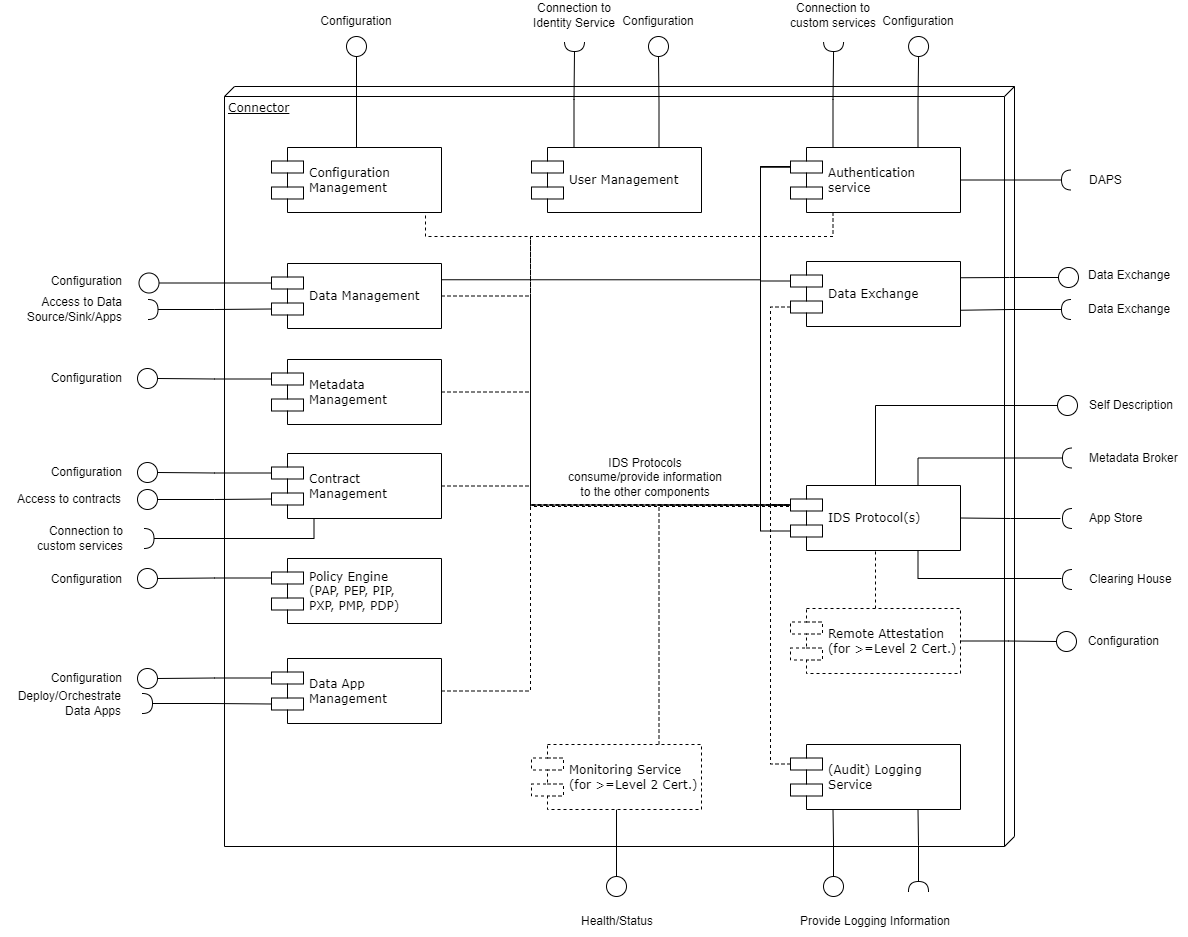
International-Data-Spaces-Association/IDS-RAM_4_0 keeps this draw.io diagram as documentation/3_Layers_of_the_Reference_Architecture_Model/3_5_System_Layer/media/connector_functional_view.png. Above is the earlier version. Source tidied: cells renumbered, new cells last; positions are measured from the earlier drawing's top-left corner, leaving out a move shared by most shapes.
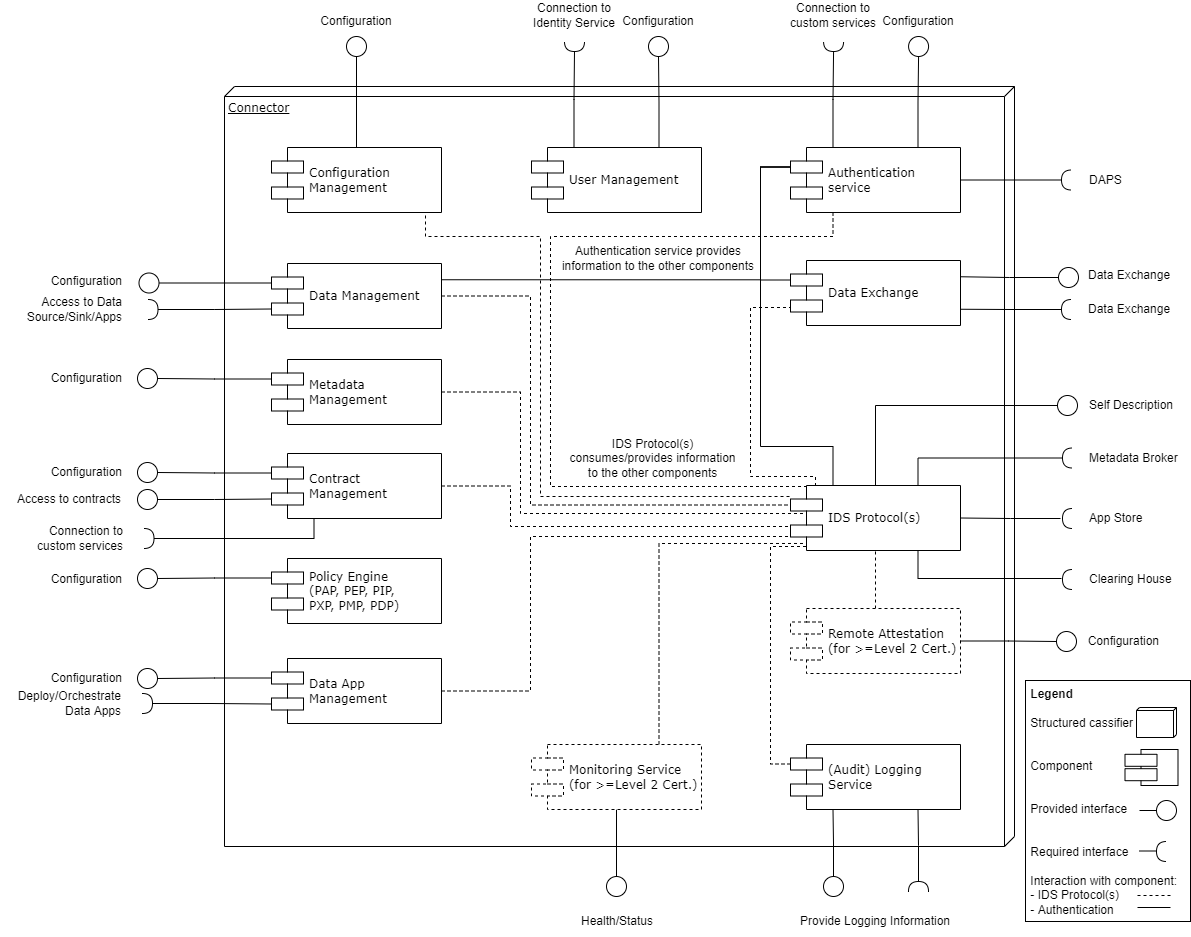
The same diagram one commit later.

What changed in the source:
```diff
@@ -28,8 +28,12 @@
     <mxCell id="8" value="User Management" style="shape=component;align=left;spacingLeft=36;rounded=0;shadow=0;comic=0;labelBackgroundColor=none;strokeWidth=1;fontFamily=Verdana;fontSize=12;html=1;" parent="1" vertex="1">
       <mxGeometry x="531" y="147" width="170" height="65" as="geometry" />
     </mxCell>
-    <mxCell id="9" style="edgeStyle=orthogonalEdgeStyle;rounded=0;jettySize=auto;html=1;exitX=0.75;exitY=0;exitDx=0;exitDy=0;entryX=0;entryY=0.3;entryDx=0;entryDy=0;endArrow=none;endFill=0;fillColor=#f8cecc;strokeColor=#000000;dashed=1;" parent="1" edge="1" source="11" target="31">
-      <mxGeometry relative="1" as="geometry" />
+    <mxCell id="9" style="edgeStyle=orthogonalEdgeStyle;rounded=0;jettySize=auto;html=1;exitX=0.75;exitY=0;exitDx=0;exitDy=0;entryX=0.094;entryY=0.892;entryDx=0;entryDy=0;endArrow=none;endFill=0;fillColor=#f8cecc;strokeColor=#000000;dashed=1;entryPerimeter=0;" parent="1" edge="1" source="11" target="31">
+      <mxGeometry relative="1" as="geometry">
+        <Array as="points">
+          <mxPoint x="659" y="543" />
+        </Array>
+      </mxGeometry>
     </mxCell>
     <mxCell id="10" style="edgeStyle=orthogonalEdgeStyle;rounded=0;jettySize=auto;html=1;exitX=0.5;exitY=1;exitDx=0;exitDy=0;entryX=0.5;entryY=0;entryDx=0;entryDy=0;endArrow=none;endFill=0;" parent="1" edge="1" source="11" target="58">
       <mxGeometry relative="1" as="geometry" />
@@ -37,11 +41,12 @@
     <mxCell id="11" value="Monitoring Service&lt;br&gt;(for &amp;gt;=Level 2 Cert.)" style="shape=component;align=left;spacingLeft=36;rounded=0;shadow=0;comic=0;labelBackgroundColor=none;strokeWidth=1;fontFamily=Verdana;fontSize=12;html=1;dashed=1;" parent="1" vertex="1">
       <mxGeometry x="531" y="744" width="170" height="65" as="geometry" />
     </mxCell>
-    <mxCell id="12" style="edgeStyle=orthogonalEdgeStyle;rounded=0;jettySize=auto;html=1;exitX=0;exitY=0.3;exitDx=0;exitDy=0;entryX=0;entryY=0.3;entryDx=0;entryDy=0;endArrow=none;endFill=0;fillColor=#f8cecc;strokeColor=#000000;dashed=1;" parent="1" edge="1" source="13" target="31">
+    <mxCell id="12" style="edgeStyle=orthogonalEdgeStyle;rounded=0;jettySize=auto;html=1;exitX=0;exitY=0.3;exitDx=0;exitDy=0;endArrow=none;endFill=0;fillColor=#f8cecc;strokeColor=#000000;dashed=1;entryX=0.129;entryY=1;entryDx=0;entryDy=0;entryPerimeter=0;" parent="1" edge="1" source="13" target="31">
       <mxGeometry relative="1" as="geometry">
         <Array as="points">
           <mxPoint x="770" y="764" />
-          <mxPoint x="770" y="505" />
+          <mxPoint x="770" y="546" />
+          <mxPoint x="812" y="546" />
         </Array>
       </mxGeometry>
     </mxCell>
@@ -51,24 +56,24 @@
     <mxCell id="14" style="edgeStyle=orthogonalEdgeStyle;rounded=0;jettySize=auto;html=1;exitX=0.5;exitY=0;exitDx=0;exitDy=0;entryX=0.5;entryY=1;entryDx=0;entryDy=0;endArrow=none;endFill=0;" parent="1" edge="1" source="16" target="77">
       <mxGeometry relative="1" as="geometry" />
     </mxCell>
-    <mxCell id="15" style="edgeStyle=orthogonalEdgeStyle;rounded=0;jettySize=auto;html=1;exitX=0.5;exitY=1;exitDx=0;exitDy=0;entryX=0;entryY=0.3;entryDx=0;entryDy=0;dashed=1;endArrow=none;endFill=0;" parent="1" edge="1" source="16" target="31">
+    <mxCell id="15" style="edgeStyle=orthogonalEdgeStyle;rounded=0;jettySize=auto;html=1;exitX=0.5;exitY=1;exitDx=0;exitDy=0;dashed=1;endArrow=none;endFill=0;" parent="1" edge="1" source="16" target="31">
       <mxGeometry relative="1" as="geometry">
         <Array as="points">
           <mxPoint x="425" y="212" />
           <mxPoint x="425" y="236" />
-          <mxPoint x="530" y="236" />
-          <mxPoint x="530" y="505" />
+          <mxPoint x="540" y="236" />
+          <mxPoint x="540" y="496" />
         </Array>
       </mxGeometry>
     </mxCell>
     <mxCell id="16" value="Configuration&lt;br&gt;Management" style="shape=component;align=left;spacingLeft=36;rounded=0;shadow=0;comic=0;labelBackgroundColor=none;strokeWidth=1;fontFamily=Verdana;fontSize=12;html=1;" parent="1" vertex="1">
       <mxGeometry x="271" y="147" width="170" height="65" as="geometry" />
     </mxCell>
-    <mxCell id="17" style="edgeStyle=orthogonalEdgeStyle;rounded=0;jettySize=auto;html=1;exitX=1;exitY=0.5;exitDx=0;exitDy=0;entryX=0;entryY=0.3;entryDx=0;entryDy=0;endArrow=none;endFill=0;fillColor=#f8cecc;strokeColor=#000000;dashed=1;" parent="1" edge="1" source="19" target="31">
+    <mxCell id="17" style="edgeStyle=orthogonalEdgeStyle;rounded=0;jettySize=auto;html=1;exitX=1;exitY=0.5;exitDx=0;exitDy=0;entryX=0.153;entryY=0.431;entryDx=0;entryDy=0;endArrow=none;endFill=0;fillColor=#f8cecc;strokeColor=#000000;dashed=1;entryPerimeter=0;" parent="1" edge="1" source="19" target="31">
       <mxGeometry relative="1" as="geometry">
         <Array as="points">
-          <mxPoint x="530" y="392" />
-          <mxPoint x="530" y="505" />
+          <mxPoint x="520" y="392" />
+          <mxPoint x="520" y="513" />
         </Array>
       </mxGeometry>
     </mxCell>
@@ -78,11 +83,13 @@
     <mxCell id="19" value="Metadata&lt;br&gt;Management" style="shape=component;align=left;spacingLeft=36;rounded=0;shadow=0;comic=0;labelBackgroundColor=none;strokeWidth=1;fontFamily=Verdana;fontSize=12;html=1;" parent="1" vertex="1">
       <mxGeometry x="271" y="359" width="170" height="65" as="geometry" />
     </mxCell>
-    <mxCell id="20" style="edgeStyle=orthogonalEdgeStyle;rounded=0;jettySize=auto;html=1;exitX=1;exitY=0.5;exitDx=0;exitDy=0;entryX=0;entryY=0.3;entryDx=0;entryDy=0;endArrow=none;endFill=0;fillColor=#f8cecc;strokeColor=#000000;dashed=1;" parent="1" edge="1" source="22" target="31">
+    <mxCell id="20" style="edgeStyle=orthogonalEdgeStyle;rounded=0;jettySize=auto;html=1;exitX=1;exitY=0.5;exitDx=0;exitDy=0;endArrow=none;endFill=0;fillColor=#f8cecc;strokeColor=#000000;dashed=1;" parent="1" edge="1" source="22">
       <mxGeometry relative="1" as="geometry">
+        <mxPoint x="790" y="536" as="targetPoint" />
         <Array as="points">
-          <mxPoint x="530" y="486" />
-          <mxPoint x="530" y="505" />
+          <mxPoint x="510" y="486" />
+          <mxPoint x="510" y="526" />
+          <mxPoint x="790" y="526" />
         </Array>
       </mxGeometry>
     </mxCell>
@@ -98,11 +105,12 @@
     <mxCell id="24" value="Policy Engine &lt;br&gt;(PAP, PEP, PIP, &lt;br&gt;PXP, PMP, PDP)" style="shape=component;align=left;spacingLeft=36;rounded=0;shadow=0;comic=0;labelBackgroundColor=none;strokeWidth=1;fontFamily=Verdana;fontSize=12;html=1;" parent="1" vertex="1">
       <mxGeometry x="271" y="558" width="170" height="65" as="geometry" />
     </mxCell>
-    <mxCell id="25" style="edgeStyle=orthogonalEdgeStyle;rounded=0;jettySize=auto;html=1;exitX=1;exitY=0.5;exitDx=0;exitDy=0;entryX=0;entryY=0.3;entryDx=0;entryDy=0;endArrow=none;endFill=0;fillColor=#f8cecc;strokeColor=#000000;dashed=1;" parent="1" edge="1" source="27" target="31">
+    <mxCell id="25" style="edgeStyle=orthogonalEdgeStyle;rounded=0;jettySize=auto;html=1;exitX=1;exitY=0.5;exitDx=0;exitDy=0;entryX=0;entryY=0.7;entryDx=0;entryDy=0;endArrow=none;endFill=0;fillColor=#f8cecc;strokeColor=#000000;dashed=1;" parent="1" edge="1" source="27" target="31">
       <mxGeometry relative="1" as="geometry">
         <Array as="points">
           <mxPoint x="530" y="691" />
-          <mxPoint x="530" y="505" />
+          <mxPoint x="530" y="536" />
+          <mxPoint x="790" y="536" />
         </Array>
       </mxGeometry>
     </mxCell>
@@ -121,9 +129,6 @@
     <mxCell id="30" value="Self Description" style="text;html=1;strokeColor=none;fillColor=none;align=left;verticalAlign=middle;whiteSpace=wrap;rounded=0;" parent="1" vertex="1">
       <mxGeometry x="1087" y="390" width="90" height="30" as="geometry" />
     </mxCell>
-    <mxCell id="31" value="IDS Protocol(s)" style="shape=component;align=left;spacingLeft=36;rounded=0;shadow=0;comic=0;labelBackgroundColor=none;strokeWidth=1;fontFamily=Verdana;fontSize=12;html=1;" parent="1" vertex="1">
-      <mxGeometry x="790" y="485" width="170" height="65" as="geometry" />
-    </mxCell>
     <mxCell id="32" style="edgeStyle=orthogonalEdgeStyle;rounded=0;jettySize=auto;html=1;entryX=1;entryY=0.25;entryDx=0;entryDy=0;endArrow=none;endFill=0;exitX=0;exitY=0.5;exitDx=0;exitDy=0;" parent="1" edge="1" source="33" target="53">
       <mxGeometry relative="1" as="geometry" />
     </mxCell>
@@ -164,8 +169,8 @@
     <mxCell id="43" value="Deploy/Orchestrate Data Apps" style="text;html=1;strokeColor=none;fillColor=none;align=right;verticalAlign=middle;whiteSpace=wrap;rounded=0;" parent="1" vertex="1">
       <mxGeometry x="13.2" y="688" width="110" height="30" as="geometry" />
     </mxCell>
-    <mxCell id="44" value="IDS Protocols consume/provide information to the other components" style="text;html=1;strokeColor=none;fillColor=none;align=center;verticalAlign=middle;whiteSpace=wrap;rounded=0;" parent="1" vertex="1">
-      <mxGeometry x="565" y="462" width="160" height="30" as="geometry" />
+    <mxCell id="44" value="IDS Protocol(s) consumes/provides information to the other components" style="text;html=1;strokeColor=none;fillColor=none;align=center;verticalAlign=middle;whiteSpace=wrap;rounded=0;" parent="1" vertex="1">
+      <mxGeometry x="565" y="442.5" width="175" height="30" as="geometry" />
     </mxCell>
     <mxCell id="45" style="edgeStyle=orthogonalEdgeStyle;rounded=0;jettySize=auto;html=1;exitX=0.5;exitY=0;exitDx=0;exitDy=0;entryX=0.5;entryY=1;entryDx=0;entryDy=0;dashed=1;endArrow=none;endFill=0;" parent="1" edge="1" source="46" target="31">
       <mxGeometry relative="1" as="geometry" />
@@ -185,20 +190,19 @@
     <mxCell id="50" value="Connection to Identity Service" style="text;html=1;strokeColor=none;fillColor=none;align=center;verticalAlign=middle;whiteSpace=wrap;rounded=0;" parent="1" vertex="1">
       <mxGeometry x="522.9" width="102.1" height="30" as="geometry" />
     </mxCell>
-    <mxCell id="51" style="edgeStyle=orthogonalEdgeStyle;rounded=0;jettySize=auto;html=1;exitX=0;exitY=0.7;exitDx=0;exitDy=0;entryX=0;entryY=0.3;entryDx=0;entryDy=0;dashed=1;endArrow=none;endFill=0;" parent="1" edge="1" source="53" target="31">
-      <mxGeometry relative="1" as="geometry" />
+    <mxCell id="51" style="edgeStyle=orthogonalEdgeStyle;rounded=0;jettySize=auto;html=1;exitX=0;exitY=0.7;exitDx=0;exitDy=0;entryX=0.112;entryY=0.154;entryDx=0;entryDy=0;dashed=1;endArrow=none;endFill=0;entryPerimeter=0;" parent="1" edge="1" source="53" target="31">
+      <mxGeometry relative="1" as="geometry">
+        <Array as="points">
+          <mxPoint x="790" y="307" />
+          <mxPoint x="750" y="307" />
+          <mxPoint x="750" y="476" />
+          <mxPoint x="815" y="476" />
+          <mxPoint x="815" y="495" />
+        </Array>
+      </mxGeometry>
     </mxCell>
-    <mxCell id="52" style="edgeStyle=orthogonalEdgeStyle;rounded=0;jettySize=auto;html=1;exitX=0;exitY=0.3;exitDx=0;exitDy=0;endArrow=none;endFill=0;" parent="1" edge="1" source="53">
-      <mxGeometry relative="1" as="geometry">
-        <mxPoint x="790" y="166" as="targetPoint" />
-        <Array as="points">
-          <mxPoint x="760" y="281" />
-          <mxPoint x="760" y="166" />
-        </Array>
-      </mxGeometry>
-    </mxCell>
     <mxCell id="53" value="Data Exchange" style="shape=component;align=left;spacingLeft=36;rounded=0;shadow=0;comic=0;labelBackgroundColor=none;strokeWidth=1;fontFamily=Verdana;fontSize=12;html=1;" parent="1" vertex="1">
-      <mxGeometry x="790" y="261" width="170" height="65" as="geometry" />
+      <mxGeometry x="790" y="260" width="170" height="65" as="geometry" />
     </mxCell>
     <mxCell id="54" style="edgeStyle=orthogonalEdgeStyle;rounded=0;jettySize=auto;html=1;exitX=0;exitY=0.3;exitDx=0;exitDy=0;endArrow=none;endFill=0;entryX=1;entryY=0.25;entryDx=0;entryDy=0;" parent="1" edge="1" source="57" target="5">
       <mxGeometry relative="1" as="geometry">
@@ -208,24 +212,33 @@
         </Array>
       </mxGeometry>
     </mxCell>
-    <mxCell id="55" style="edgeStyle=orthogonalEdgeStyle;rounded=0;jettySize=auto;html=1;exitX=0.25;exitY=1;exitDx=0;exitDy=0;entryX=0;entryY=0.3;entryDx=0;entryDy=0;endArrow=none;endFill=0;dashed=1;" parent="1" edge="1" source="57" target="31">
+    <mxCell id="55" style="edgeStyle=orthogonalEdgeStyle;rounded=0;jettySize=auto;html=1;exitX=0.25;exitY=1;exitDx=0;exitDy=0;endArrow=none;endFill=0;dashed=1;entryX=0.171;entryY=0.169;entryDx=0;entryDy=0;entryPerimeter=0;" parent="1" edge="1" source="57" target="31">
       <mxGeometry relative="1" as="geometry">
         <Array as="points">
           <mxPoint x="833" y="236" />
-          <mxPoint x="530" y="236" />
-          <mxPoint x="530" y="506" />
-          <mxPoint x="790" y="506" />
+          <mxPoint x="550" y="236" />
+          <mxPoint x="550" y="486" />
+          <mxPoint x="819" y="486" />
         </Array>
       </mxGeometry>
     </mxCell>
-    <mxCell id="56" style="edgeStyle=orthogonalEdgeStyle;rounded=0;jettySize=auto;html=1;exitX=0;exitY=0.3;exitDx=0;exitDy=0;entryX=0;entryY=0.7;entryDx=0;entryDy=0;endArrow=none;endFill=0;" parent="1" edge="1" source="57" target="31">
+    <mxCell id="56" style="edgeStyle=orthogonalEdgeStyle;rounded=0;jettySize=auto;html=1;exitX=0;exitY=0.3;exitDx=0;exitDy=0;entryX=0.25;entryY=0;entryDx=0;entryDy=0;endArrow=none;endFill=0;" parent="1" edge="1" source="57" target="31">
       <mxGeometry relative="1" as="geometry">
         <Array as="points">
           <mxPoint x="760" y="167" />
-          <mxPoint x="760" y="531" />
+          <mxPoint x="760" y="446" />
+          <mxPoint x="833" y="446" />
         </Array>
       </mxGeometry>
     </mxCell>
+    <mxCell id="104" style="edgeStyle=orthogonalEdgeStyle;rounded=0;jettySize=auto;html=1;exitX=0;exitY=0.3;exitDx=0;exitDy=0;entryX=0;entryY=0.3;entryDx=0;entryDy=0;endArrow=none;endFill=0;" parent="1" edge="1" source="57" target="53">
+      <mxGeometry relative="1" as="geometry">
+        <Array as="points">
+          <mxPoint x="760" y="167" />
+          <mxPoint x="760" y="280" />
+        </Array>
+      </mxGeometry>
+    </mxCell>
     <mxCell id="57" value="Authentication&lt;br&gt;service" style="shape=component;align=left;spacingLeft=36;rounded=0;shadow=0;comic=0;labelBackgroundColor=none;strokeWidth=1;fontFamily=Verdana;fontSize=12;html=1;" parent="1" vertex="1">
       <mxGeometry x="790" y="147" width="170" height="65" as="geometry" />
     </mxCell>
@@ -367,5 +380,50 @@
     <mxCell id="103" value="Data Exchange" style="text;html=1;strokeColor=none;fillColor=none;align=left;verticalAlign=middle;whiteSpace=wrap;rounded=0;" parent="1" vertex="1">
       <mxGeometry x="1086" y="294" width="90" height="30" as="geometry" />
     </mxCell>
+    <mxCell id="105" value="&lt;b&gt;&amp;nbsp;Legend&lt;br&gt;&lt;/b&gt;&lt;br&gt;&lt;div&gt;&amp;nbsp;Structured cassifier&lt;/div&gt;&lt;div&gt;&lt;span&gt;&lt;br&gt;&lt;/span&gt;&lt;/div&gt;&lt;div&gt;&lt;span&gt;&lt;br&gt;&lt;/span&gt;&lt;/div&gt;&lt;div&gt;&lt;span&gt;&amp;nbsp;Component&lt;/span&gt;&lt;/div&gt;&lt;div&gt;&lt;span&gt;&lt;br&gt;&lt;/span&gt;&lt;/div&gt;&lt;div&gt;&lt;span&gt;&lt;br&gt;&lt;/span&gt;&lt;/div&gt;&lt;div&gt;&lt;span&gt;&amp;nbsp;Provided interface&lt;/span&gt;&lt;br&gt;&lt;/div&gt;&lt;div&gt;&lt;span&gt;&lt;br&gt;&lt;/span&gt;&lt;/div&gt;&lt;div&gt;&lt;span&gt;&lt;br&gt;&lt;/span&gt;&lt;/div&gt;&lt;div&gt;&lt;span&gt;&amp;nbsp;Required interface&lt;/span&gt;&lt;/div&gt;&lt;div&gt;&lt;span&gt;&lt;br&gt;&lt;/span&gt;&lt;/div&gt;&lt;div&gt;&lt;span&gt;&amp;nbsp;Interaction&amp;nbsp;&lt;/span&gt;&lt;span&gt;with component:&lt;/span&gt;&lt;/div&gt;&lt;div&gt;&amp;nbsp;- IDS Protocol(s)&lt;/div&gt;&lt;div&gt;&amp;nbsp;- Authentication&lt;/div&gt;" style="rounded=0;whiteSpace=wrap;html=1;align=left;verticalAlign=top;" parent="1" vertex="1">
+      <mxGeometry x="1025" y="680" width="165" height="241" as="geometry" />
+    </mxCell>
+    <mxCell id="106" style="verticalAlign=top;align=left;spacingTop=8;spacingLeft=2;spacingRight=12;shape=cube;size=3;direction=south;fontStyle=4;html=1;rounded=0;shadow=0;comic=0;labelBackgroundColor=none;strokeWidth=1;fontFamily=Verdana;fontSize=12;" parent="1" vertex="1">
+      <mxGeometry x="1136" y="707" width="40" height="30" as="geometry" />
+    </mxCell>
+    <mxCell id="107" style="shape=component;align=left;spacingLeft=36;rounded=0;shadow=0;comic=0;labelBackgroundColor=none;strokeWidth=1;fontFamily=Verdana;fontSize=12;html=1;" parent="1" vertex="1">
+      <mxGeometry x="1124.5" y="749" width="53" height="36" as="geometry" />
+    </mxCell>
+    <mxCell id="108" style="ellipse;whiteSpace=wrap;html=1;rounded=0;shadow=0;comic=0;labelBackgroundColor=none;strokeWidth=1;fontFamily=Verdana;fontSize=12;align=center;" parent="1" vertex="1">
+      <mxGeometry x="1156" y="800" width="20" height="20" as="geometry" />
+    </mxCell>
+    <mxCell id="109" style="endArrow=none;html=1;rounded=0;entryX=0;entryY=0.5;entryDx=0;entryDy=0;" parent="1" edge="1">
+      <mxGeometry relative="1" as="geometry">
+        <mxPoint x="1139" y="810" as="sourcePoint" />
+        <mxPoint x="1156" y="810" as="targetPoint" />
+      </mxGeometry>
+    </mxCell>
+    <mxCell id="110" style="shape=requiredInterface;html=1;verticalLabelPosition=bottom;sketch=0;rotation=-180;" parent="1" vertex="1">
+      <mxGeometry x="1156" y="841" width="10" height="20" as="geometry" />
+    </mxCell>
+    <mxCell id="111" style="endArrow=none;html=1;rounded=0;entryX=0;entryY=0.5;entryDx=0;entryDy=0;" parent="1" edge="1">
+      <mxGeometry relative="1" as="geometry">
+        <mxPoint x="1139" y="850.5" as="sourcePoint" />
+        <mxPoint x="1156" y="850.5" as="targetPoint" />
+      </mxGeometry>
+    </mxCell>
+    <mxCell id="31" value="IDS Protocol(s)" style="shape=component;align=left;spacingLeft=36;rounded=0;shadow=0;comic=0;labelBackgroundColor=none;strokeWidth=1;fontFamily=Verdana;fontSize=12;html=1;" parent="1" vertex="1">
+      <mxGeometry x="790" y="485" width="170" height="65" as="geometry" />
+    </mxCell>
+    <mxCell id="112" style="endArrow=none;html=1;rounded=0;" parent="1" edge="1">
+      <mxGeometry relative="1" as="geometry">
+        <mxPoint x="1137" y="907" as="sourcePoint" />
+        <mxPoint x="1170" y="907" as="targetPoint" />
+      </mxGeometry>
+    </mxCell>
+    <mxCell id="113" style="endArrow=none;html=1;rounded=0;dashed=1;" parent="1" edge="1">
+      <mxGeometry relative="1" as="geometry">
+        <mxPoint x="1137" y="895" as="sourcePoint" />
+        <mxPoint x="1170" y="895" as="targetPoint" />
+      </mxGeometry>
+    </mxCell>
+    <mxCell id="114" value="Authentication service provides information to the other components" style="text;html=1;strokeColor=none;fillColor=none;align=center;verticalAlign=middle;whiteSpace=wrap;rounded=0;" parent="1" vertex="1">
+      <mxGeometry x="558" y="242.5" width="200" height="30" as="geometry" />
+    </mxCell>
   </root>
 </mxGraphModel>
```
